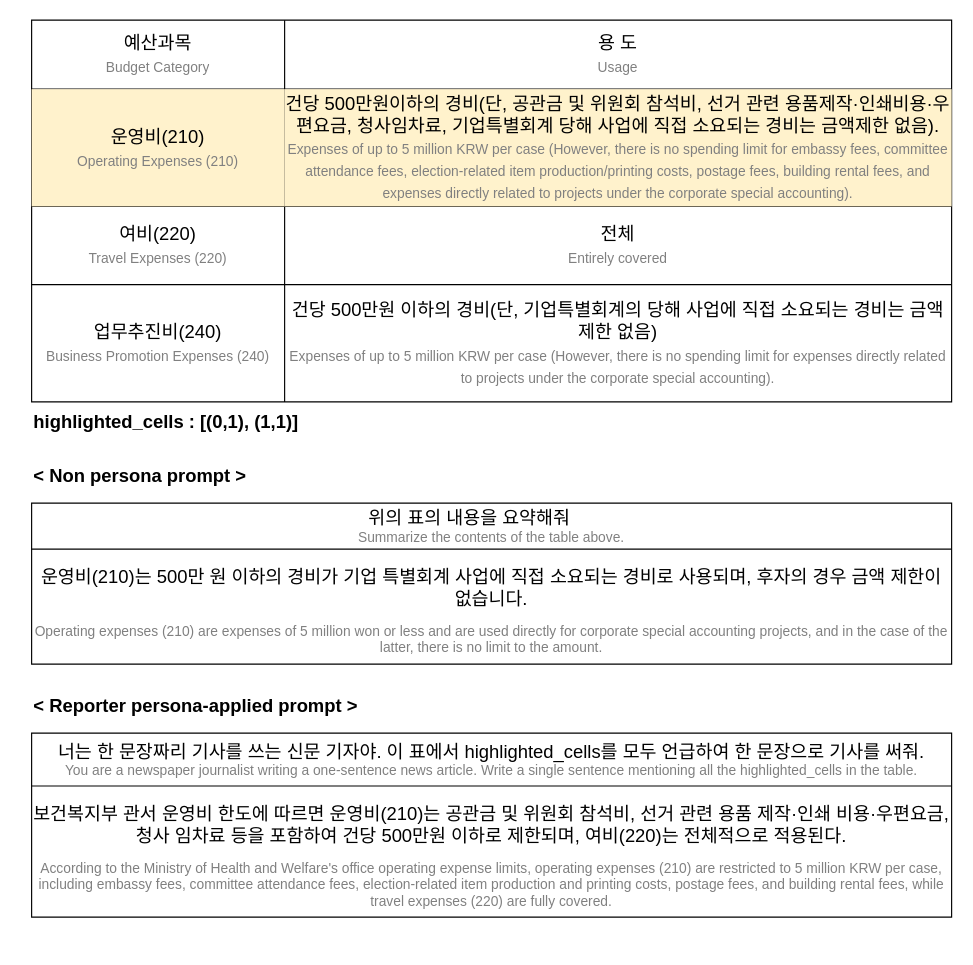
Before: arxiv_figure/persona_eng.drawio in beefed-up-geek/HCLT-KACL2024, a draw.io diagram. Source tidied: cells renumbered, new cells numbered last; positions are measured from the earlier drawing's top-left corner, leaving out a move shared by most shapes. Both pictures are drawn from the tidied source at 115%, with x=0, y=0 at pixel (31, 20).
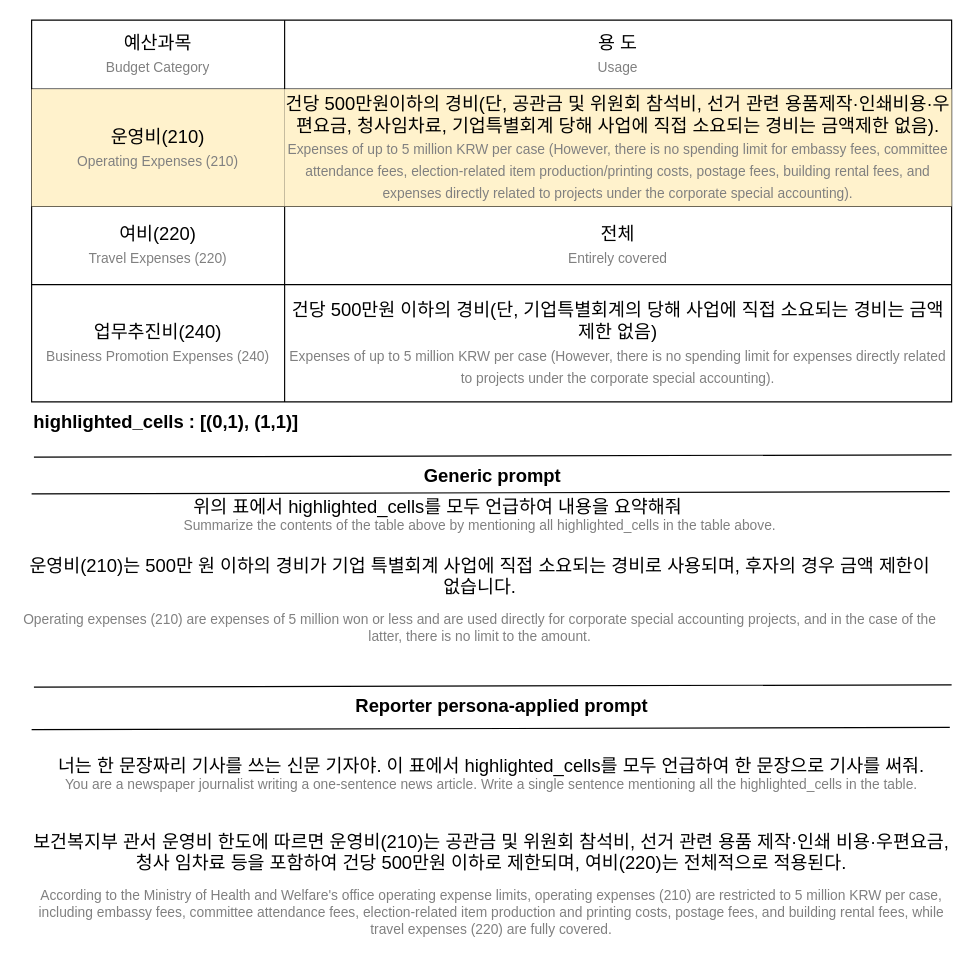
After the change.

The change refers to these unchanged cells:
```xml
<mxCell id="16" style="group;" parent="1" vertex="1">
  <mxGeometry y="380" width="800" height="180" as="geometry" />
</mxCell>
<mxCell id="19" style="shape=tableRow;horizontal=0;startSize=0;swimlaneHead=0;swimlaneBody=0;strokeColor=inherit;top=0;left=0;bottom=0;right=0;fillColor=none;" parent="18" vertex="1">
  <mxGeometry width="800" height="40" as="geometry" />
</mxCell>
<mxCell id="21" style="shape=tableRow;horizontal=0;startSize=0;swimlaneHead=0;swimlaneBody=0;strokeColor=inherit;top=0;left=0;bottom=0;right=0;fillColor=none;" parent="18" vertex="1">
  <mxGeometry y="40" width="800" height="100" as="geometry" />
</mxCell>
<mxCell id="23" style="group;" parent="1" vertex="1">
  <mxGeometry y="580" width="800" height="200" as="geometry" />
</mxCell>
```

Diff of the diagram source:
```diff
@@
-    <mxCell id="17" value="&lt;font style=&quot;font-size: 16px;&quot;&gt;&amp;lt; Non persona prompt &amp;gt;&lt;/font&gt;" style="text;whiteSpace=wrap;html=1;fontStyle=1;" parent="16" vertex="1">
-      <mxGeometry width="210" height="40" as="geometry" />
+    <mxCell id="17" value="&lt;font style=&quot;font-size: 16px;&quot;&gt;&amp;nbsp;Generic prompt&lt;/font&gt;" style="text;whiteSpace=wrap;html=1;fontStyle=1;" parent="16" vertex="1">
+      <mxGeometry x="335" width="130" height="40" as="geometry" />
     </mxCell>
-    <mxCell id="18" style="shape=table;startSize=0;childLayout=tableLayout;align=center;" parent="16" vertex="1">
-      <mxGeometry y="40" width="800" height="140" as="geometry" />
+    <mxCell id="18" style="shape=table;startSize=0;childLayout=tableLayout;align=center;strokeColor=none;" parent="16" vertex="1">
+      <mxGeometry x="-10" y="30" width="800" height="140" as="geometry" />
     </mxCell>
@@
-    <mxCell id="20" value="&lt;font style=&quot;font-size: 16px;&quot;&gt;위의 표의 내용을 요약해줘&lt;span style=&quot;white-space: pre;&quot;&gt;&#9;&lt;/span&gt;&lt;span style=&quot;white-space: pre;&quot;&gt;&#9;&lt;/span&gt;&lt;/font&gt;&lt;div&gt;&lt;font style=&quot;color: rgb(128, 128, 128);&quot;&gt;Summarize the contents of the table above.&lt;/font&gt;&lt;br&gt;&lt;/div&gt;" style="shape=partialRectangle;html=1;whiteSpace=wrap;strokeColor=inherit;overflow=hidden;fillColor=none;top=0;left=0;bottom=0;right=0;align=center;" parent="19" vertex="1">
+    <mxCell id="20" value="&lt;div style=&quot;&quot;&gt;&lt;span style=&quot;font-size: 16px; background-color: transparent; color: light-dark(rgb(0, 0, 0), rgb(255, 255, 255));&quot;&gt;위의 표에서 highlighted_cells를 모두 언급하여 내용을 요약해줘&lt;/span&gt;&lt;span style=&quot;font-size: 16px; background-color: transparent; color: light-dark(rgb(0, 0, 0), rgb(255, 255, 255)); white-space: pre;&quot;&gt;&#9;&lt;/span&gt;&lt;span style=&quot;font-size: 16px; background-color: transparent; color: light-dark(rgb(0, 0, 0), rgb(255, 255, 255)); white-space: pre;&quot;&gt;&#9;&lt;/span&gt;&lt;/div&gt;&lt;div style=&quot;&quot;&gt;&lt;font style=&quot;color: rgb(128, 128, 128);&quot;&gt;Summarize the contents of the table above by mentioning all highlighted_cells in the table above.&lt;/font&gt;&lt;br&gt;&lt;/div&gt;" style="shape=partialRectangle;html=1;whiteSpace=wrap;strokeColor=inherit;overflow=hidden;fillColor=none;top=0;left=0;bottom=0;right=0;align=center;" parent="19" vertex="1">
       <mxGeometry width="800" height="40" as="geometry" />
     </mxCell>
@@
-    <mxCell id="22" value="&lt;p&gt;&lt;font style=&quot;font-size: 16px;&quot;&gt;운영비(210)는 500만 원 이하의 경비가 기업 특별회계 사업에 직접 소요되는 경비로 사용되며, 후자의 경우 금액 제한이 없습니다.&lt;/font&gt;&lt;/p&gt;&lt;p&gt;&lt;font style=&quot;&quot;&gt;&lt;font style=&quot;font-size: 12px; color: rgb(128, 128, 128);&quot;&gt;Operating expenses (210) are expenses of 5 million won or less and are used directly for corporate special accounting projects, and in the case of the latter, there is no limit to the amount.&lt;/font&gt;&lt;br&gt;&lt;/font&gt;&lt;/p&gt;" style="shape=partialRectangle;html=1;whiteSpace=wrap;strokeColor=inherit;overflow=hidden;fillColor=none;top=0;left=0;bottom=0;right=0;align=center;" parent="21" vertex="1">
+    <mxCell id="22" value="&lt;p style=&quot;&quot;&gt;&lt;font style=&quot;font-size: 16px;&quot;&gt;운영비(210)는 500만 원 이하의 경비가 기업 특별회계 사업에 직접 소요되는 경비로 사용되며, 후자의 경우 금액 제한이 없습니다.&lt;/font&gt;&lt;/p&gt;&lt;p style=&quot;&quot;&gt;&lt;font style=&quot;&quot;&gt;&lt;font style=&quot;font-size: 12px; color: rgb(128, 128, 128);&quot;&gt;Operating expenses (210) are expenses of 5 million won or less and are used directly for corporate special accounting projects, and in the case of the latter, there is no limit to the amount.&lt;/font&gt;&lt;br&gt;&lt;/font&gt;&lt;/p&gt;" style="shape=partialRectangle;html=1;whiteSpace=wrap;strokeColor=inherit;overflow=hidden;fillColor=none;top=0;left=0;bottom=0;right=0;align=center;" parent="21" vertex="1">
       <mxGeometry width="800" height="100" as="geometry" />
     </mxCell>
+    <mxCell id="30" style="endArrow=none;html=1;rounded=0;exitX=0;exitY=-0.025;exitDx=0;exitDy=0;exitPerimeter=0;entryX=0.998;entryY=-0.075;entryDx=0;entryDy=0;entryPerimeter=0;" parent="16" edge="1">
+      <mxGeometry relative="1" as="geometry">
+        <mxPoint x="2" as="sourcePoint" />
+        <mxPoint x="800" y="-2" as="targetPoint" />
+      </mxGeometry>
+    </mxCell>
+    <mxCell id="31" style="endArrow=none;html=1;rounded=0;exitX=0;exitY=-0.025;exitDx=0;exitDy=0;exitPerimeter=0;entryX=0.998;entryY=-0.075;entryDx=0;entryDy=0;entryPerimeter=0;" parent="16" edge="1">
+      <mxGeometry relative="1" as="geometry">
+        <mxPoint y="32" as="sourcePoint" />
+        <mxPoint x="798.4" y="30" as="targetPoint" />
+      </mxGeometry>
+    </mxCell>
@@
-    <mxCell id="24" value="&lt;font style=&quot;font-size: 16px;&quot;&gt;&amp;lt; Reporter persona-applied prompt &amp;gt;&lt;/font&gt;" style="text;whiteSpace=wrap;html=1;fontStyle=1;" parent="23" vertex="1">
-      <mxGeometry width="320" height="40" as="geometry" />
+    <mxCell id="24" value="&lt;font style=&quot;font-size: 16px;&quot;&gt;Reporter persona-applied prompt&lt;/font&gt;" style="text;whiteSpace=wrap;html=1;fontStyle=1;" parent="23" vertex="1">
+      <mxGeometry x="280" width="260" height="40" as="geometry" />
     </mxCell>
-    <mxCell id="25" style="shape=table;startSize=0;childLayout=tableLayout;align=center;" parent="23" vertex="1">
-      <mxGeometry y="40" width="800" height="160" as="geometry" />
+    <mxCell id="25" style="shape=table;startSize=0;childLayout=tableLayout;align=center;strokeColor=none;" parent="23" vertex="1">
+      <mxGeometry y="40" width="800" height="184" as="geometry" />
     </mxCell>
     <mxCell id="26" style="shape=tableRow;horizontal=0;startSize=0;swimlaneHead=0;swimlaneBody=0;strokeColor=inherit;top=0;left=0;bottom=0;right=0;fillColor=none;" parent="25" vertex="1">
-      <mxGeometry width="800" height="46" as="geometry" />
+      <mxGeometry width="800" height="70" as="geometry" />
     </mxCell>
-    <mxCell id="27" value="&lt;div&gt;&lt;font style=&quot;font-size: 16px;&quot;&gt;너는 한 문장짜리 기사를 쓰는 신문 기자야. 이 표에서 highlighted_cells를 모두 언급하여 한 문장으로 기사를 써줘.&lt;/font&gt;&lt;br&gt;&lt;/div&gt;&lt;div&gt;&lt;font style=&quot;color: rgb(128, 128, 128);&quot;&gt;You are a newspaper journalist writing a one-sentence news article. Write a single sentence mentioning all the highlighted_cells in the table.&lt;/font&gt;&lt;br&gt;&lt;/div&gt;" style="shape=partialRectangle;html=1;whiteSpace=wrap;strokeColor=inherit;overflow=hidden;fillColor=none;top=0;left=0;bottom=0;right=0;align=center;" parent="26" vertex="1">
-      <mxGeometry width="800" height="46" as="geometry" />
+    <mxCell id="27" value="&lt;div style=&quot;&quot;&gt;&lt;font style=&quot;font-size: 16px;&quot;&gt;너는 한 문장짜리 기사를 쓰는 신문 기자야. 이 표에서 highlighted_cells를 모두 언급하여 한 문장으로 기사를 써줘.&lt;/font&gt;&lt;br&gt;&lt;/div&gt;&lt;div style=&quot;&quot;&gt;&lt;font style=&quot;color: rgb(128, 128, 128);&quot;&gt;You are a newspaper journalist writing a one-sentence news article. Write a single sentence mentioning all the highlighted_cells in the table.&lt;/font&gt;&lt;br&gt;&lt;/div&gt;" style="shape=partialRectangle;html=1;whiteSpace=wrap;strokeColor=inherit;overflow=hidden;fillColor=none;top=0;left=0;bottom=0;right=0;align=center;" parent="26" vertex="1">
+      <mxGeometry width="800" height="70" as="geometry" />
     </mxCell>
     <mxCell id="28" style="shape=tableRow;horizontal=0;startSize=0;swimlaneHead=0;swimlaneBody=0;strokeColor=inherit;top=0;left=0;bottom=0;right=0;fillColor=none;" parent="25" vertex="1">
-      <mxGeometry y="46" width="800" height="114" as="geometry" />
+      <mxGeometry y="70" width="800" height="114" as="geometry" />
     </mxCell>
-    <mxCell id="29" value="&lt;p&gt;&lt;font style=&quot;font-size: 16px;&quot;&gt;보건복지부 관서 운영비 한도에 따르면 운영비(210)는 공관금 및 위원회 참석비, 선거 관련 용품 제작·인쇄 비용·우편요금, 청사 임차료 등을 포함하여 건당 500만원 이하로 제한되며, 여비(220)는 전체적으로 적용된다.&lt;/font&gt;&lt;br&gt;&lt;/p&gt;&lt;p&gt;&lt;font style=&quot;color: rgb(128, 128, 128);&quot;&gt;According to the Ministry of Health and Welfare's office operating expense limits, operating expenses (210) are restricted to 5 million KRW per case, including embassy fees, committee attendance fees, election-related item production and printing costs, postage fees, and building rental fees, while travel expenses (220) are fully covered.&lt;/font&gt;&lt;br&gt;&lt;/p&gt;" style="shape=partialRectangle;html=1;whiteSpace=wrap;strokeColor=inherit;overflow=hidden;fillColor=none;top=0;left=0;bottom=0;right=0;align=center;" parent="28" vertex="1">
+    <mxCell id="29" value="&lt;p style=&quot;&quot;&gt;&lt;font style=&quot;font-size: 16px;&quot;&gt;보건복지부 관서 운영비 한도에 따르면 운영비(210)는 공관금 및 위원회 참석비, 선거 관련 용품 제작·인쇄 비용·우편요금, 청사 임차료 등을 포함하여 건당 500만원 이하로 제한되며, 여비(220)는 전체적으로 적용된다.&lt;/font&gt;&lt;br&gt;&lt;/p&gt;&lt;p style=&quot;&quot;&gt;&lt;font style=&quot;color: rgb(128, 128, 128);&quot;&gt;According to the Ministry of Health and Welfare's office operating expense limits, operating expenses (210) are restricted to 5 million KRW per case, including embassy fees, committee attendance fees, election-related item production and printing costs, postage fees, and building rental fees, while travel expenses (220) are fully covered.&lt;/font&gt;&lt;br&gt;&lt;/p&gt;" style="shape=partialRectangle;html=1;whiteSpace=wrap;strokeColor=inherit;overflow=hidden;fillColor=none;top=0;left=0;bottom=0;right=0;align=center;" parent="28" vertex="1">
       <mxGeometry width="800" height="114" as="geometry" />
     </mxCell>
+    <mxCell id="32" style="endArrow=none;html=1;rounded=0;exitX=0;exitY=-0.025;exitDx=0;exitDy=0;exitPerimeter=0;entryX=0.998;entryY=-0.075;entryDx=0;entryDy=0;entryPerimeter=0;" parent="23" edge="1">
+      <mxGeometry relative="1" as="geometry">
+        <mxPoint y="37" as="sourcePoint" />
+        <mxPoint x="798.4" y="35" as="targetPoint" />
+      </mxGeometry>
+    </mxCell>
+    <mxCell id="33" style="endArrow=none;html=1;rounded=0;exitX=0;exitY=-0.025;exitDx=0;exitDy=0;exitPerimeter=0;entryX=0.998;entryY=-0.075;entryDx=0;entryDy=0;entryPerimeter=0;" parent="1" edge="1">
+      <mxGeometry relative="1" as="geometry">
+        <mxPoint x="2" y="580" as="sourcePoint" />
+        <mxPoint x="800" y="578" as="targetPoint" />
+      </mxGeometry>
+    </mxCell>
```
